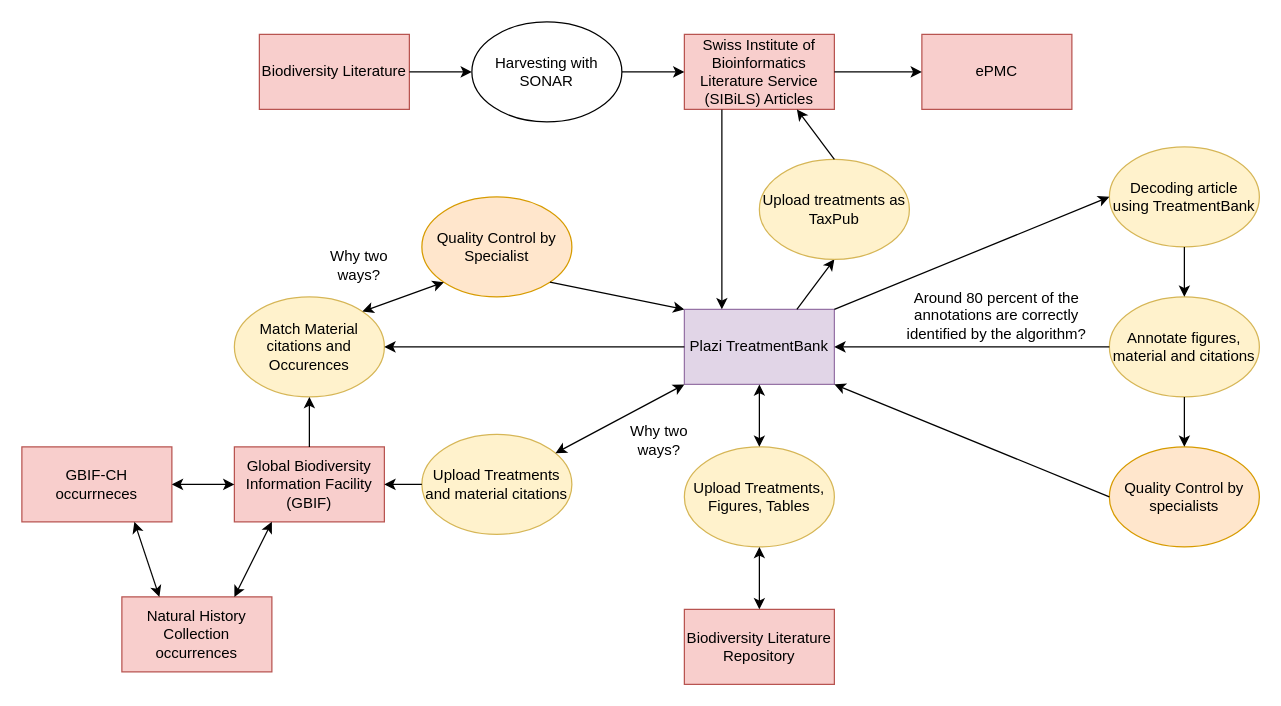
Before: Untitled Diagram.drawio in Sandervdbogaert/Sandervdbogaert, a draw.io diagram. Source tidied: cells renumbered, new cells numbered last; positions are measured from the earlier drawing's top-left corner, leaving out a move shared by most shapes. Both pictures are drawn from the tidied source at 125%, with x=0, y=0 at pixel (21, 21).
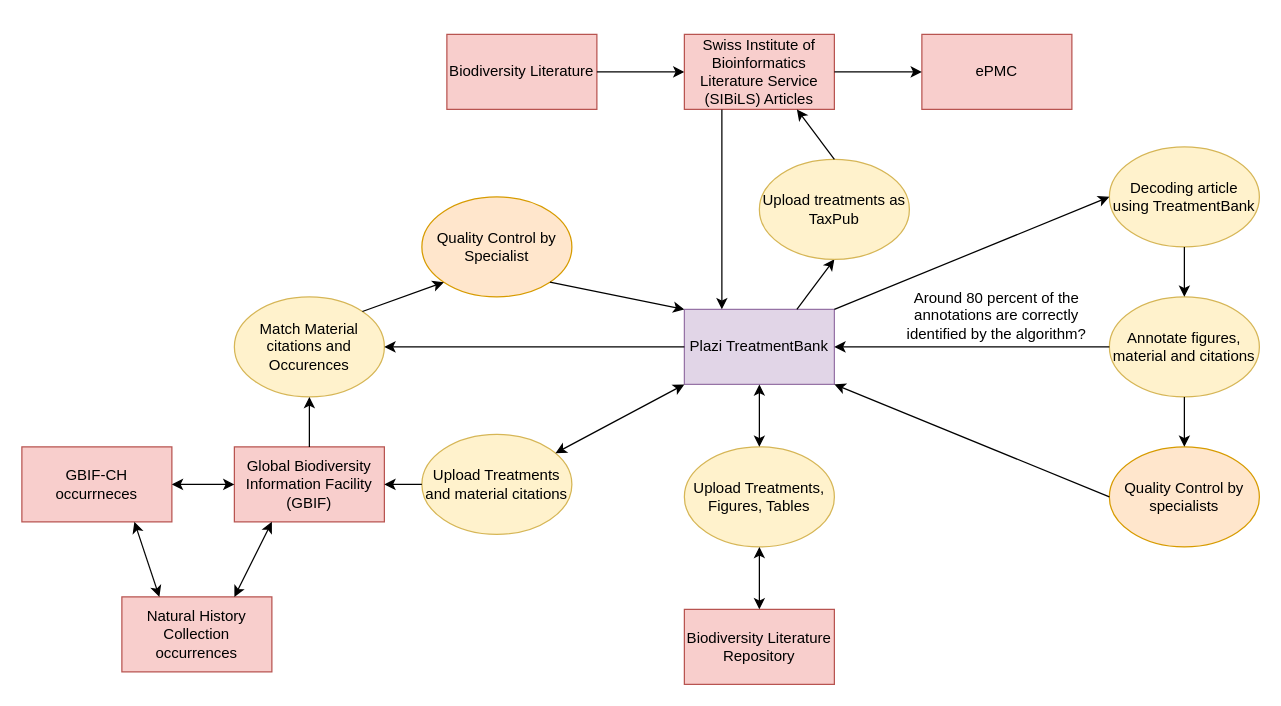
The same diagram, later.

The change refers to these unchanged cells:
```xml
<mxCell id="4" value="Swiss Institute of Bioinformatics Literature Service&lt;br&gt;&lt;div&gt;(SIBiLS) Articles&lt;/div&gt;" style="rounded=0;whiteSpace=wrap;html=1;sketch=0;fillColor=#f8cecc;strokeColor=#b85450;" parent="1" vertex="1">
  <mxGeometry x="530" y="10" width="120" height="60" as="geometry" />
</mxCell>
<mxCell id="19" value="&lt;div&gt;Match Material citations and Occurences&lt;/div&gt;" style="ellipse;whiteSpace=wrap;html=1;rounded=0;sketch=0;fillColor=#fff2cc;strokeColor=#d6b656;" parent="1" vertex="1">
  <mxGeometry x="170" y="220" width="120" height="80" as="geometry" />
</mxCell>
<mxCell id="20" value="&lt;div&gt;Quality Control by Specialist&lt;/div&gt;" style="ellipse;whiteSpace=wrap;html=1;rounded=0;sketch=0;fillColor=#ffe6cc;strokeColor=#d79b00;" parent="1" vertex="1">
  <mxGeometry x="320" y="140" width="120" height="80" as="geometry" />
</mxCell>
```

The edit, as a diff of the source:
```diff
@@
     <mxCell id="2" value="Biodiversity Literature" style="rounded=0;whiteSpace=wrap;sketch=0;html=1;fillColor=#f8cecc;strokeColor=#b85450;" parent="1" vertex="1">
-      <mxGeometry x="190" y="10" width="120" height="60" as="geometry" />
+      <mxGeometry x="340" y="10" width="120" height="60" as="geometry" />
     </mxCell>
-    <mxCell id="3" style="endArrow=classic;html=1;rounded=0;exitX=1;exitY=0.5;exitDx=0;exitDy=0;entryX=0;entryY=0.5;entryDx=0;entryDy=0;" parent="1" edge="1" source="2" target="42">
+    <mxCell id="3" style="endArrow=classic;html=1;rounded=0;exitX=1;exitY=0.5;exitDx=0;exitDy=0;entryX=0;entryY=0.5;entryDx=0;entryDy=0;" parent="1" edge="1" source="2" target="4">
       <mxGeometry relative="1" as="geometry" />
     </mxCell>
@@
-    <mxCell id="5" style="endArrow=classic;html=1;rounded=0;entryX=0;entryY=0.5;entryDx=0;entryDy=0;exitX=1;exitY=0.5;exitDx=0;exitDy=0;" parent="1" edge="1" source="42" target="4">
-      <mxGeometry relative="1" as="geometry" />
-    </mxCell>
@@
-    <mxCell id="24" style="endArrow=classic;startArrow=classic;html=1;rounded=0;exitX=1;exitY=0;exitDx=0;exitDy=0;entryX=0;entryY=1;entryDx=0;entryDy=0;" parent="1" edge="1" source="19" target="20">
-      <mxGeometry relative="1" as="geometry" />
-    </mxCell>
-    <mxCell id="25" value="&lt;div&gt;Why two ways?&lt;/div&gt;" style="text;html=1;strokeColor=none;fillColor=none;align=center;verticalAlign=middle;whiteSpace=wrap;rounded=0;sketch=0;" parent="1" vertex="1">
-      <mxGeometry x="240" y="180" width="60" height="30" as="geometry" />
-    </mxCell>
@@
-    <mxCell id="38" value="&lt;div&gt;Why two ways?&lt;/div&gt;" style="text;html=1;strokeColor=none;fillColor=none;align=center;verticalAlign=middle;whiteSpace=wrap;rounded=0;sketch=0;" parent="1" vertex="1">
-      <mxGeometry x="480" y="320" width="60" height="30" as="geometry" />
-    </mxCell>
@@
-    <mxCell id="42" value="&lt;div&gt;Harvesting with SONAR&lt;/div&gt;" style="ellipse;whiteSpace=wrap;html=1;rounded=0;sketch=0;" parent="1" vertex="1">
-      <mxGeometry x="360" width="120" height="80" as="geometry" />
-    </mxCell>
@@
+    <mxCell id="24" style="endArrow=classic;html=1;rounded=0;exitX=1;exitY=0;exitDx=0;exitDy=0;entryX=0;entryY=1;entryDx=0;entryDy=0;" parent="1" edge="1" source="19" target="20">
+      <mxGeometry relative="1" as="geometry" />
+    </mxCell>
```
